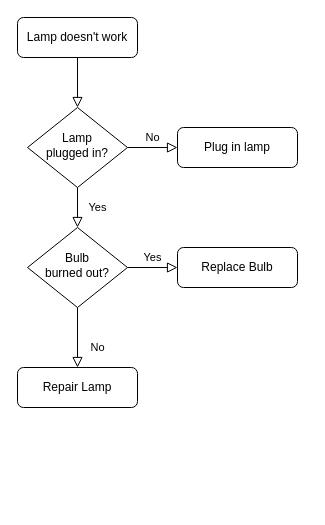
Above: Untitled Diagram.drawio in kotkoda7/js-leap-year (draw.io), before the change. Source tidied: cells renumbered, new cells numbered last; positions are measured from the earlier drawing's top-left corner, leaving out a move shared by most shapes. Both pictures are drawn from the tidied source at 100%, with x=0, y=0 at pixel (17, 17).
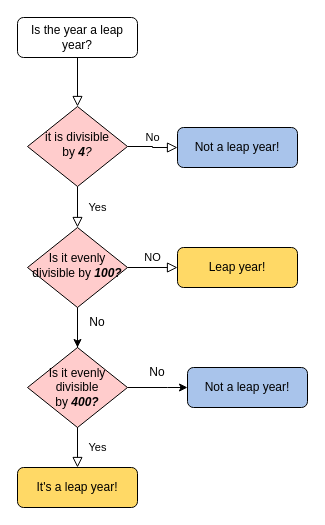
After the change.

Commit message:
Leap-year-dia

Change to the diagram source:
```diff
@@
-    <mxCell id="3" value="Lamp doesn't work" style="rounded=1;whiteSpace=wrap;html=1;fontSize=12;glass=0;strokeWidth=1;shadow=0;" parent="1" vertex="1">
+    <mxCell id="3" value="Is the year a leap year?" style="rounded=1;whiteSpace=wrap;html=1;fontSize=12;glass=0;strokeWidth=1;shadow=0;" parent="1" vertex="1">
       <mxGeometry width="120" height="40" as="geometry" />
     </mxCell>
@@
-    <mxCell id="6" value="Lamp&lt;br&gt;plugged in?" style="rhombus;whiteSpace=wrap;html=1;shadow=0;fontFamily=Helvetica;fontSize=12;align=center;strokeWidth=1;spacing=6;spacingTop=-4;" parent="1" vertex="1">
-      <mxGeometry x="10" y="90" width="100" height="80" as="geometry" />
+    <mxCell id="6" value="it is divisible by&amp;nbsp;&lt;span class=&quot;notion-enable-hover&quot; style=&quot;font-style:italic;font-weight:600&quot;&gt;4&lt;/span&gt;&lt;span class=&quot;notion-enable-hover&quot; style=&quot;font-style: italic;&quot;&gt;?&lt;/span&gt;" style="rhombus;whiteSpace=wrap;html=1;shadow=0;fontFamily=Helvetica;fontSize=12;align=center;strokeWidth=1;spacing=6;spacingTop=-4;fillColor=#FFCCCC;" parent="1" vertex="1">
+      <mxGeometry x="10" y="89" width="100" height="80" as="geometry" />
     </mxCell>
-    <mxCell id="7" value="Plug in lamp" style="rounded=1;whiteSpace=wrap;html=1;fontSize=12;glass=0;strokeWidth=1;shadow=0;" parent="1" vertex="1">
+    <mxCell id="7" value="Not a leap year!" style="rounded=1;whiteSpace=wrap;html=1;fontSize=12;glass=0;strokeWidth=1;shadow=0;fillColor=#A9C4EB;" parent="1" vertex="1">
       <mxGeometry x="160" y="110" width="120" height="40" as="geometry" />
     </mxCell>
-    <mxCell id="8" value="No" style="rounded=0;html=1;jettySize=auto;fontSize=11;endArrow=block;endFill=0;endSize=8;strokeWidth=1;shadow=0;labelBackgroundColor=none;edgeStyle=orthogonalEdgeStyle;" parent="1" edge="1" source="10" target="11">
-      <mxGeometry x="0.33" y="20" relative="1" as="geometry" />
+    <mxCell id="8" value="Yes" style="rounded=0;html=1;jettySize=auto;fontSize=11;endArrow=block;endFill=0;endSize=8;strokeWidth=1;shadow=0;labelBackgroundColor=none;edgeStyle=orthogonalEdgeStyle;" parent="1" edge="1" source="10" target="11">
+      <mxGeometry x="0.75" y="20" relative="1" as="geometry" />
     </mxCell>
-    <mxCell id="9" value="Yes" style="edgeStyle=orthogonalEdgeStyle;rounded=0;html=1;jettySize=auto;fontSize=11;endArrow=block;endFill=0;endSize=8;strokeWidth=1;shadow=0;labelBackgroundColor=none;" parent="1" edge="1" source="10" target="12">
+    <mxCell id="9" value="NO" style="edgeStyle=orthogonalEdgeStyle;rounded=0;html=1;jettySize=auto;fontSize=11;endArrow=block;endFill=0;endSize=8;strokeWidth=1;shadow=0;labelBackgroundColor=none;" parent="1" edge="1" source="10" target="12">
       <mxGeometry y="10" relative="1" as="geometry" />
     </mxCell>
+    <mxCell id="13" style="edgeStyle=orthogonalEdgeStyle;rounded=0;jettySize=auto;html=1;exitX=0.5;exitY=1;exitDx=0;exitDy=0;entryX=0.5;entryY=0;entryDx=0;entryDy=0;" parent="1" edge="1" source="10" target="15">
+      <mxGeometry relative="1" as="geometry" />
+    </mxCell>
-    <mxCell id="10" value="Bulb&lt;br&gt;burned out?" style="rhombus;whiteSpace=wrap;html=1;shadow=0;fontFamily=Helvetica;fontSize=12;align=center;strokeWidth=1;spacing=6;spacingTop=-4;" parent="1" vertex="1">
+    <mxCell id="10" value="Is it evenly divisible by&amp;nbsp;&lt;span class=&quot;notion-enable-hover&quot; style=&quot;font-style:italic;font-weight:600&quot;&gt;100?&lt;/span&gt;" style="rhombus;whiteSpace=wrap;html=1;shadow=0;fontFamily=Helvetica;fontSize=12;align=center;strokeWidth=1;spacing=6;spacingTop=-4;fillColor=#FFCCCC;" parent="1" vertex="1">
       <mxGeometry x="10" y="210" width="100" height="80" as="geometry" />
     </mxCell>
-    <mxCell id="11" value="Repair Lamp" style="rounded=1;whiteSpace=wrap;html=1;fontSize=12;glass=0;strokeWidth=1;shadow=0;" parent="1" vertex="1">
-      <mxGeometry y="350" width="120" height="40" as="geometry" />
+    <mxCell id="11" value="It's a leap year!" style="rounded=1;whiteSpace=wrap;html=1;fontSize=12;glass=0;strokeWidth=1;shadow=0;fillColor=#FFD966;" parent="1" vertex="1">
+      <mxGeometry y="450" width="120" height="40" as="geometry" />
     </mxCell>
-    <mxCell id="12" value="Replace Bulb" style="rounded=1;whiteSpace=wrap;html=1;fontSize=12;glass=0;strokeWidth=1;shadow=0;" parent="1" vertex="1">
+    <mxCell id="12" value="Leap year!" style="rounded=1;whiteSpace=wrap;html=1;fontSize=12;glass=0;strokeWidth=1;shadow=0;fillColor=#FFD966;" parent="1" vertex="1">
       <mxGeometry x="160" y="230" width="120" height="40" as="geometry" />
     </mxCell>
+    <mxCell id="14" style="edgeStyle=orthogonalEdgeStyle;rounded=0;jettySize=auto;html=1;exitX=1;exitY=0.5;exitDx=0;exitDy=0;entryX=0;entryY=0.5;entryDx=0;entryDy=0;" parent="1" edge="1" source="15">
+      <mxGeometry relative="1" as="geometry">
+        <mxPoint x="170" y="370" as="targetPoint" />
+        <Array as="points">
+          <mxPoint x="150" y="370" />
+        </Array>
+      </mxGeometry>
+    </mxCell>
+    <mxCell id="15" style="rhombus;whiteSpace=wrap;html=1;fillColor=#FFCCCC;" parent="1" vertex="1">
+      <mxGeometry x="10" y="330" width="100" height="80" as="geometry" />
+    </mxCell>
+    <mxCell id="16" value="No" style="text;html=1;strokeColor=none;fillColor=none;align=center;verticalAlign=middle;whiteSpace=wrap;rounded=0;" parent="1" vertex="1">
+      <mxGeometry x="50" y="290" width="60" height="30" as="geometry" />
+    </mxCell>
+    <mxCell id="17" value="Is it&amp;nbsp;evenly divisible by&amp;nbsp;&lt;span class=&quot;notion-enable-hover&quot; style=&quot;font-style:italic;font-weight:600&quot;&gt;400?&lt;/span&gt;" style="text;html=1;strokeColor=none;fillColor=none;align=center;verticalAlign=middle;whiteSpace=wrap;rounded=0;" parent="1" vertex="1">
+      <mxGeometry x="30" y="355" width="60" height="30" as="geometry" />
+    </mxCell>
+    <mxCell id="18" value="Not a leap year!" style="rounded=1;whiteSpace=wrap;html=1;fontSize=12;glass=0;strokeWidth=1;shadow=0;fillColor=#A9C4EB;" parent="1" vertex="1">
+      <mxGeometry x="170" y="350" width="120" height="40" as="geometry" />
+    </mxCell>
+    <mxCell id="19" value="No" style="text;html=1;strokeColor=none;fillColor=none;align=center;verticalAlign=middle;whiteSpace=wrap;rounded=0;" parent="1" vertex="1">
+      <mxGeometry x="110" y="340" width="60" height="30" as="geometry" />
+    </mxCell>
```
